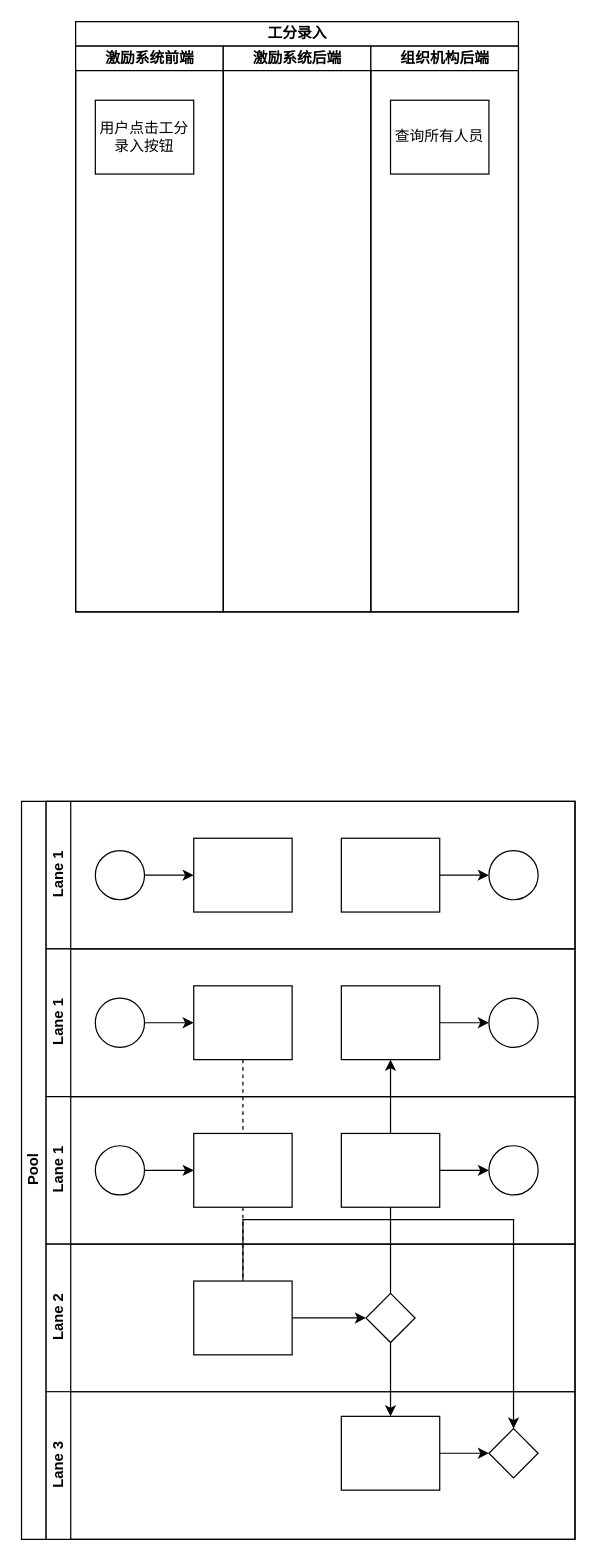
julingpu/coffee keeps this draw.io diagram as Untitled Diagram.drawio. Above is the earlier version. Source tidied: cells renumbered, new cells numbered last; positions are measured from the earlier drawing's top-left corner, leaving out a move shared by most shapes. Both pictures are drawn from the tidied source at 123%, with x=0, y=0 at pixel (21, 21).
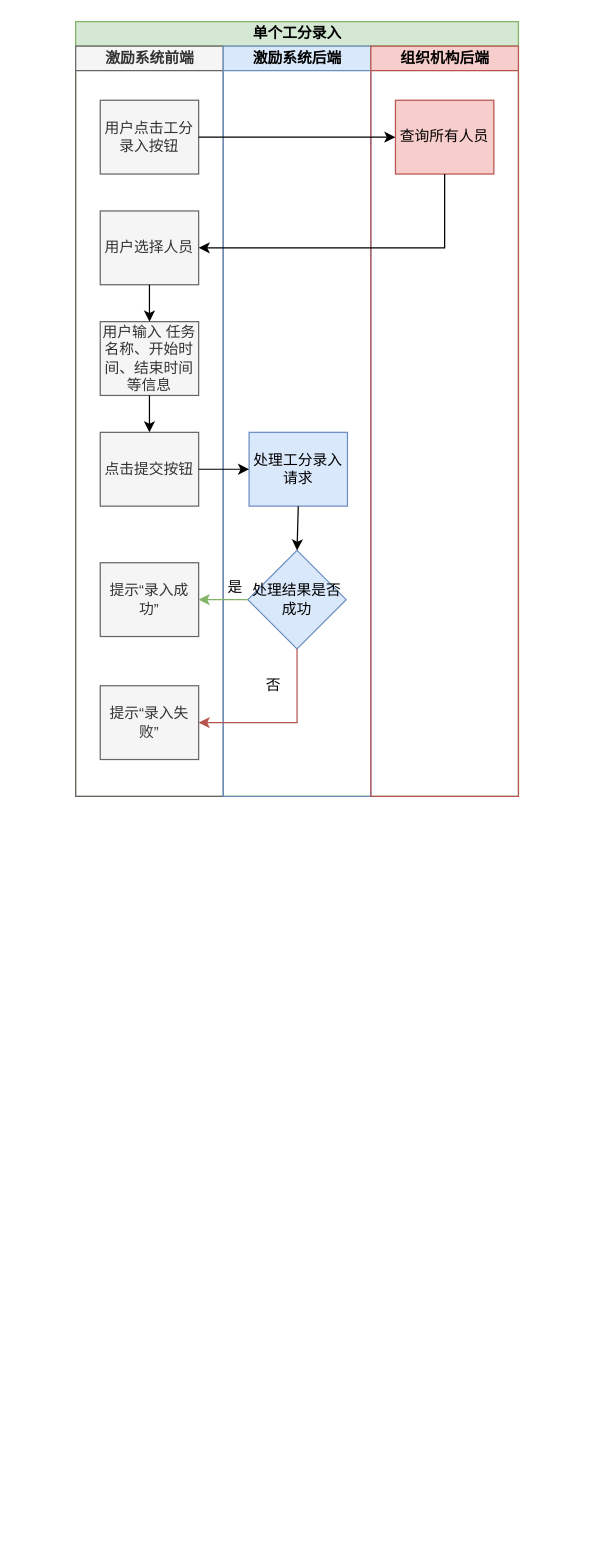
The same diagram, later.

The edit, as a diff of the source:
```diff
@@
-    <mxCell id="2" value="Pool" style="swimlane;html=1;horizontal=0;startSize=20;direction=east;" parent="1" vertex="1">
-      <mxGeometry y="634" width="450" height="600" as="geometry" />
-    </mxCell>
-    <mxCell id="3" style="edgeStyle=orthogonalEdgeStyle;rounded=0;jettySize=auto;html=1;dashed=1;endArrow=none;endFill=0;" parent="2" edge="1" source="17" target="30">
-      <mxGeometry relative="1" as="geometry" />
-    </mxCell>
-    <mxCell id="4" style="edgeStyle=orthogonalEdgeStyle;rounded=0;jettySize=auto;html=1;endArrow=classic;endFill=1;" parent="2" edge="1" source="31" target="19">
-      <mxGeometry relative="1" as="geometry" />
-    </mxCell>
-    <mxCell id="5" style="edgeStyle=orthogonalEdgeStyle;rounded=0;jettySize=auto;html=1;endArrow=classic;endFill=1;" parent="2" edge="1" source="31" target="34">
-      <mxGeometry relative="1" as="geometry" />
-    </mxCell>
-    <mxCell id="6" style="edgeStyle=orthogonalEdgeStyle;rounded=0;jettySize=auto;html=1;endArrow=classic;endFill=1;" parent="2" edge="1" source="30" target="35">
-      <mxGeometry relative="1" as="geometry">
-        <Array as="points">
-          <mxPoint x="180" y="340" />
-          <mxPoint x="400" y="340" />
-        </Array>
-      </mxGeometry>
-    </mxCell>
-    <mxCell id="7" value="Lane 1" style="swimlane;html=1;startSize=20;horizontal=0;" parent="2" vertex="1">
-      <mxGeometry x="20" width="430" height="120" as="geometry" />
-    </mxCell>
-    <mxCell id="8" style="edgeStyle=orthogonalEdgeStyle;rounded=0;jettySize=auto;html=1;" parent="7" edge="1" source="9" target="10">
-      <mxGeometry relative="1" as="geometry" />
-    </mxCell>
-    <mxCell id="9" style="ellipse;whiteSpace=wrap;html=1;" parent="7" vertex="1">
-      <mxGeometry x="40" y="40" width="40" height="40" as="geometry" />
-    </mxCell>
-    <mxCell id="10" style="rounded=0;whiteSpace=wrap;html=1;fontFamily=Helvetica;fontSize=12;fontColor=#000000;align=center;" parent="7" vertex="1">
-      <mxGeometry x="120" y="30" width="80" height="60" as="geometry" />
-    </mxCell>
-    <mxCell id="11" style="edgeStyle=orthogonalEdgeStyle;rounded=0;jettySize=auto;html=1;endArrow=classic;endFill=1;" parent="7" edge="1" source="12" target="13">
-      <mxGeometry relative="1" as="geometry" />
-    </mxCell>
-    <mxCell id="12" style="rounded=0;whiteSpace=wrap;html=1;fontFamily=Helvetica;fontSize=12;fontColor=#000000;align=center;" parent="7" vertex="1">
-      <mxGeometry x="240" y="30" width="80" height="60" as="geometry" />
-    </mxCell>
-    <mxCell id="13" style="ellipse;whiteSpace=wrap;html=1;" parent="7" vertex="1">
-      <mxGeometry x="360" y="40" width="40" height="40" as="geometry" />
-    </mxCell>
-    <mxCell id="14" value="Lane 1" style="swimlane;html=1;startSize=20;horizontal=0;" parent="2" vertex="1">
-      <mxGeometry x="20" y="120" width="430" height="120" as="geometry" />
-    </mxCell>
-    <mxCell id="15" style="edgeStyle=orthogonalEdgeStyle;rounded=0;jettySize=auto;html=1;" parent="14" edge="1" source="16" target="17">
-      <mxGeometry relative="1" as="geometry" />
-    </mxCell>
-    <mxCell id="16" style="ellipse;whiteSpace=wrap;html=1;" parent="14" vertex="1">
-      <mxGeometry x="40" y="40" width="40" height="40" as="geometry" />
-    </mxCell>
-    <mxCell id="17" style="rounded=0;whiteSpace=wrap;html=1;fontFamily=Helvetica;fontSize=12;fontColor=#000000;align=center;" parent="14" vertex="1">
-      <mxGeometry x="120" y="30" width="80" height="60" as="geometry" />
-    </mxCell>
-    <mxCell id="18" style="edgeStyle=orthogonalEdgeStyle;rounded=0;jettySize=auto;html=1;endArrow=classic;endFill=1;" parent="14" edge="1" source="19" target="20">
-      <mxGeometry relative="1" as="geometry" />
-    </mxCell>
-    <mxCell id="19" style="rounded=0;whiteSpace=wrap;html=1;fontFamily=Helvetica;fontSize=12;fontColor=#000000;align=center;" parent="14" vertex="1">
-      <mxGeometry x="240" y="30" width="80" height="60" as="geometry" />
-    </mxCell>
-    <mxCell id="20" style="ellipse;whiteSpace=wrap;html=1;" parent="14" vertex="1">
-      <mxGeometry x="360" y="40" width="40" height="40" as="geometry" />
-    </mxCell>
-    <mxCell id="21" value="Lane 1" style="swimlane;html=1;startSize=20;horizontal=0;" parent="2" vertex="1">
-      <mxGeometry x="20" y="240" width="430" height="120" as="geometry" />
-    </mxCell>
-    <mxCell id="22" style="edgeStyle=orthogonalEdgeStyle;rounded=0;jettySize=auto;html=1;" parent="21" edge="1" source="23" target="24">
-      <mxGeometry relative="1" as="geometry" />
-    </mxCell>
-    <mxCell id="23" style="ellipse;whiteSpace=wrap;html=1;" parent="21" vertex="1">
-      <mxGeometry x="40" y="40" width="40" height="40" as="geometry" />
-    </mxCell>
-    <mxCell id="24" style="rounded=0;whiteSpace=wrap;html=1;fontFamily=Helvetica;fontSize=12;fontColor=#000000;align=center;" parent="21" vertex="1">
-      <mxGeometry x="120" y="30" width="80" height="60" as="geometry" />
-    </mxCell>
-    <mxCell id="25" style="edgeStyle=orthogonalEdgeStyle;rounded=0;jettySize=auto;html=1;endArrow=classic;endFill=1;" parent="21" edge="1" source="26" target="27">
-      <mxGeometry relative="1" as="geometry" />
-    </mxCell>
-    <mxCell id="26" style="rounded=0;whiteSpace=wrap;html=1;fontFamily=Helvetica;fontSize=12;fontColor=#000000;align=center;" parent="21" vertex="1">
-      <mxGeometry x="240" y="30" width="80" height="60" as="geometry" />
-    </mxCell>
-    <mxCell id="27" style="ellipse;whiteSpace=wrap;html=1;" parent="21" vertex="1">
-      <mxGeometry x="360" y="40" width="40" height="40" as="geometry" />
-    </mxCell>
-    <mxCell id="28" value="Lane 2" style="swimlane;html=1;startSize=20;horizontal=0;" parent="2" vertex="1">
-      <mxGeometry x="20" y="360" width="430" height="120" as="geometry" />
-    </mxCell>
-    <mxCell id="29" style="edgeStyle=orthogonalEdgeStyle;rounded=0;jettySize=auto;html=1;endArrow=classic;endFill=1;" parent="28" edge="1" source="30" target="31">
-      <mxGeometry relative="1" as="geometry" />
-    </mxCell>
-    <mxCell id="30" style="rounded=0;whiteSpace=wrap;html=1;fontFamily=Helvetica;fontSize=12;fontColor=#000000;align=center;" parent="28" vertex="1">
-      <mxGeometry x="120" y="30" width="80" height="60" as="geometry" />
-    </mxCell>
-    <mxCell id="31" style="rhombus;whiteSpace=wrap;html=1;fontFamily=Helvetica;fontSize=12;fontColor=#000000;align=center;" parent="28" vertex="1">
-      <mxGeometry x="260" y="40" width="40" height="40" as="geometry" />
-    </mxCell>
-    <mxCell id="32" value="Lane 3" style="swimlane;html=1;startSize=20;horizontal=0;" parent="2" vertex="1">
-      <mxGeometry x="20" y="480" width="430" height="120" as="geometry" />
-    </mxCell>
-    <mxCell id="33" style="edgeStyle=orthogonalEdgeStyle;rounded=0;jettySize=auto;html=1;endArrow=classic;endFill=1;" parent="32" edge="1" source="34" target="35">
-      <mxGeometry relative="1" as="geometry" />
-    </mxCell>
-    <mxCell id="34" style="rounded=0;whiteSpace=wrap;html=1;fontFamily=Helvetica;fontSize=12;fontColor=#000000;align=center;" parent="32" vertex="1">
-      <mxGeometry x="240" y="20" width="80" height="60" as="geometry" />
-    </mxCell>
-    <mxCell id="35" style="rhombus;whiteSpace=wrap;html=1;fontFamily=Helvetica;fontSize=12;fontColor=#000000;align=center;" parent="32" vertex="1">
-      <mxGeometry x="360" y="30" width="40" height="40" as="geometry" />
-    </mxCell>
-    <mxCell id="36" value="工分录入" style="swimlane;html=1;startSize=20;" parent="1" vertex="1">
-      <mxGeometry x="44" width="360" height="480" as="geometry" />
+    <mxCell id="36" value="单个工分录入" style="swimlane;html=1;startSize=20;fillColor=#d5e8d4;strokeColor=#82b366;" parent="1" vertex="1">
+      <mxGeometry x="44" width="360" height="630" as="geometry" />
     </mxCell>
-    <mxCell id="37" value="激励系统前端" style="swimlane;html=1;startSize=20;" parent="36" vertex="1">
-      <mxGeometry y="20" width="120" height="460" as="geometry" />
+    <mxCell id="37" value="激励系统前端" style="swimlane;html=1;startSize=20;fillColor=#f5f5f5;strokeColor=#666666;fontColor=#333333;" parent="36" vertex="1">
+      <mxGeometry y="20" width="120" height="610" as="geometry" />
     </mxCell>
-    <mxCell id="38" value="用户点击工分录入按钮" style="rounded=0;whiteSpace=wrap;html=1;fontFamily=Helvetica;fontSize=12;fontColor=#000000;align=center;" parent="37" vertex="1">
-      <mxGeometry x="16" y="44" width="80" height="60" as="geometry" />
+    <mxCell id="38" value="用户点击工分录入按钮" style="rounded=0;whiteSpace=wrap;html=1;fontFamily=Helvetica;fontSize=12;fontColor=#333333;align=center;fillColor=#f5f5f5;strokeColor=#666666;" parent="37" vertex="1">
+      <mxGeometry x="20" y="44" width="80" height="60" as="geometry" />
     </mxCell>
+    <mxCell id="42" value="用户选择人员" style="rounded=0;whiteSpace=wrap;html=1;fontFamily=Helvetica;fontSize=12;fontColor=#333333;align=center;fillColor=#f5f5f5;strokeColor=#666666;" parent="37" vertex="1">
+      <mxGeometry x="20" y="134" width="80" height="60" as="geometry" />
+    </mxCell>
+    <mxCell id="43" value="用户输入 任务名称、开始时间、结束时间等信息" style="rounded=0;whiteSpace=wrap;html=1;fontFamily=Helvetica;fontSize=12;fontColor=#333333;align=center;fillColor=#f5f5f5;strokeColor=#666666;" parent="37" vertex="1">
+      <mxGeometry x="20" y="224" width="80" height="60" as="geometry" />
+    </mxCell>
+    <mxCell id="44" style="endArrow=classic;html=1;entryX=0.5;entryY=0;entryDx=0;entryDy=0;exitX=0.5;exitY=1;exitDx=0;exitDy=0;" parent="37" edge="1" source="42" target="43">
+      <mxGeometry relative="1" as="geometry" />
+    </mxCell>
+    <mxCell id="45" value="点击提交按钮" style="rounded=0;whiteSpace=wrap;html=1;fontFamily=Helvetica;fontSize=12;fontColor=#333333;align=center;fillColor=#f5f5f5;strokeColor=#666666;" parent="37" vertex="1">
+      <mxGeometry x="20" y="314" width="80" height="60" as="geometry" />
+    </mxCell>
+    <mxCell id="46" style="endArrow=classic;html=1;entryX=0.5;entryY=0;entryDx=0;entryDy=0;exitX=0.5;exitY=1;exitDx=0;exitDy=0;" parent="37" edge="1" source="43" target="45">
+      <mxGeometry relative="1" as="geometry" />
+    </mxCell>
+    <mxCell id="47" value="提示“录入成功”" style="rounded=0;whiteSpace=wrap;html=1;fontFamily=Helvetica;fontSize=12;fontColor=#333333;align=center;fillColor=#f5f5f5;strokeColor=#666666;" parent="37" vertex="1">
+      <mxGeometry x="20" y="420" width="80" height="60" as="geometry" />
+    </mxCell>
+    <mxCell id="48" value="提示“录入失败”" style="rounded=0;whiteSpace=wrap;html=1;fontFamily=Helvetica;fontSize=12;fontColor=#333333;align=center;fillColor=#f5f5f5;strokeColor=#666666;" parent="37" vertex="1">
+      <mxGeometry x="20" y="520" width="80" height="60" as="geometry" />
+    </mxCell>
-    <mxCell id="39" value="激励系统后端" style="swimlane;html=1;startSize=20;" parent="36" vertex="1">
-      <mxGeometry x="120" y="20" width="120" height="460" as="geometry" />
+    <mxCell id="39" value="激励系统后端" style="swimlane;html=1;startSize=20;fillColor=#dae8fc;strokeColor=#6c8ebf;" parent="36" vertex="1">
+      <mxGeometry x="120" y="20" width="120" height="610" as="geometry" />
     </mxCell>
+    <mxCell id="49" value="处理工分录入请求" style="rounded=0;whiteSpace=wrap;html=1;fontFamily=Helvetica;fontSize=12;align=center;fillColor=#dae8fc;strokeColor=#6c8ebf;" parent="39" vertex="1">
+      <mxGeometry x="21" y="314" width="80" height="60" as="geometry" />
+    </mxCell>
+    <mxCell id="50" value="处理结果是否成功" style="rhombus;whiteSpace=wrap;html=1;fillColor=#dae8fc;strokeColor=#6c8ebf;" parent="39" vertex="1">
+      <mxGeometry x="20" y="410" width="80" height="80" as="geometry" />
+    </mxCell>
+    <mxCell id="51" style="endArrow=classic;html=1;exitX=0.5;exitY=1;exitDx=0;exitDy=0;entryX=0.5;entryY=0;entryDx=0;entryDy=0;" parent="39" edge="1" source="49" target="50">
+      <mxGeometry relative="1" as="geometry" />
+    </mxCell>
+    <mxCell id="52" value="否" style="text;html=1;strokeColor=none;fillColor=none;align=center;verticalAlign=middle;whiteSpace=wrap;rounded=0;" parent="39" vertex="1">
+      <mxGeometry x="21" y="510" width="40" height="20" as="geometry" />
+    </mxCell>
+    <mxCell id="53" value="是" style="text;html=1;strokeColor=none;fillColor=none;align=center;verticalAlign=middle;whiteSpace=wrap;rounded=0;" parent="39" vertex="1">
+      <mxGeometry x="-10" y="430" width="40" height="20" as="geometry" />
+    </mxCell>
-    <mxCell id="40" value="组织机构后端" style="swimlane;html=1;startSize=20;" parent="36" vertex="1">
-      <mxGeometry x="240" y="20" width="120" height="460" as="geometry" />
+    <mxCell id="40" value="组织机构后端" style="swimlane;html=1;startSize=20;fillColor=#f8cecc;strokeColor=#b85450;" parent="36" vertex="1">
+      <mxGeometry x="240" y="20" width="120" height="610" as="geometry" />
     </mxCell>
-    <mxCell id="41" value="查询所有人员" style="rounded=0;whiteSpace=wrap;html=1;fontFamily=Helvetica;fontSize=12;fontColor=#000000;align=center;" parent="40" vertex="1">
-      <mxGeometry x="16" y="44" width="80" height="60" as="geometry" />
+    <mxCell id="41" value="查询所有人员" style="rounded=0;whiteSpace=wrap;html=1;fontFamily=Helvetica;fontSize=12;align=center;fillColor=#f8cecc;strokeColor=#b85450;" parent="40" vertex="1">
+      <mxGeometry x="20" y="44" width="80" height="60" as="geometry" />
     </mxCell>
+    <mxCell id="54" style="endArrow=classic;html=1;entryX=0;entryY=0.5;entryDx=0;entryDy=0;" parent="36" edge="1" source="38" target="41">
+      <mxGeometry relative="1" as="geometry" />
+    </mxCell>
+    <mxCell id="55" style="endArrow=classic;html=1;exitX=0.5;exitY=1;exitDx=0;exitDy=0;entryX=1;entryY=0.5;entryDx=0;entryDy=0;rounded=0;" parent="36" edge="1" source="41" target="42">
+      <mxGeometry relative="1" as="geometry">
+        <Array as="points">
+          <mxPoint x="300" y="184" />
+        </Array>
+      </mxGeometry>
+    </mxCell>
+    <mxCell id="56" style="endArrow=classic;html=1;entryX=1;entryY=0.5;entryDx=0;entryDy=0;exitX=0;exitY=0.5;exitDx=0;exitDy=0;fillColor=#d5e8d4;strokeColor=#82b366;" parent="36" edge="1" source="50" target="47">
+      <mxGeometry relative="1" as="geometry" />
+    </mxCell>
+    <mxCell id="57" style="endArrow=classic;html=1;entryX=1;entryY=0.5;entryDx=0;entryDy=0;exitX=0.5;exitY=1;exitDx=0;exitDy=0;rounded=0;fillColor=#f8cecc;strokeColor=#b85450;" parent="36" edge="1" source="50" target="48">
+      <mxGeometry relative="1" as="geometry">
+        <Array as="points">
+          <mxPoint x="180" y="570" />
+        </Array>
+      </mxGeometry>
+    </mxCell>
+    <mxCell id="58" style="endArrow=classic;html=1;entryX=0;entryY=0.5;entryDx=0;entryDy=0;exitX=1;exitY=0.5;exitDx=0;exitDy=0;" parent="36" edge="1" source="45" target="49">
+      <mxGeometry relative="1" as="geometry" />
+    </mxCell>
```
